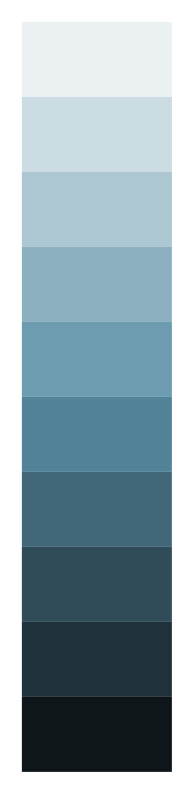
HenrikSamuelsson/reading-sw-architecture-in-practice-4th keeps this draw.io diagram as page "Colors" (2 of 2) of infographics-software-architecture-in-practise-4th-ed.drawio. Above is the earlier version. Source tidied: cells renumbered, new cells numbered last; positions are measured from the earlier drawing's top-left corner, leaving out a move shared by most shapes. Both pictures are drawn from the tidied source at 125%, with x=0, y=0 at pixel (21, 21).
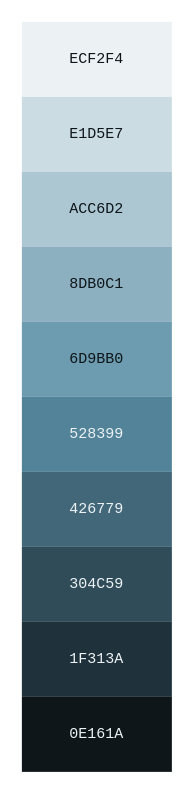
The same diagram, later.

What changed in the source:
```diff
@@
 <mxGraphModel>
   <root>
     <mxCell id="0" />
     <mxCell id="1" parent="0" />
-    <mxCell id="2" style="rounded=0;whiteSpace=wrap;html=1;gradientColor=none;strokeColor=none;fillColor=#ecf2f4;" parent="1" vertex="1">
+    <mxCell id="2" value="ECF2F4" style="rounded=0;whiteSpace=wrap;html=1;gradientColor=none;strokeColor=none;fillColor=#ecf2f4;fontFamily=Consolas;fontColor=#0e161a;" parent="1" vertex="1">
       <mxGeometry width="120" height="60" as="geometry" />
     </mxCell>
-    <mxCell id="3" style="rounded=0;whiteSpace=wrap;html=1;gradientColor=none;strokeColor=none;fillColor=#CCDCE3;" parent="1" vertex="1">
+    <mxCell id="3" value="E1D5E7" style="rounded=0;whiteSpace=wrap;html=1;gradientColor=none;strokeColor=none;fillColor=#CCDCE3;fontFamily=Consolas;fontColor=#0e161a;" parent="1" vertex="1">
       <mxGeometry y="60" width="120" height="60" as="geometry" />
     </mxCell>
-    <mxCell id="4" style="rounded=0;whiteSpace=wrap;html=1;gradientColor=none;strokeColor=none;fillColor=#acc6d2;" parent="1" vertex="1">
+    <mxCell id="4" value="ACC6D2" style="rounded=0;whiteSpace=wrap;html=1;gradientColor=none;strokeColor=none;fillColor=#acc6d2;fontFamily=Consolas;fontColor=#0e161a;" parent="1" vertex="1">
       <mxGeometry y="120" width="120" height="60" as="geometry" />
     </mxCell>
-    <mxCell id="5" style="rounded=0;whiteSpace=wrap;html=1;gradientColor=none;fillColor=#8db0c1;strokeColor=none;" parent="1" vertex="1">
+    <mxCell id="5" value="8DB0C1" style="rounded=0;whiteSpace=wrap;html=1;gradientColor=none;fillColor=#8db0c1;strokeColor=none;fontFamily=Consolas;fontColor=#0e161a;" parent="1" vertex="1">
       <mxGeometry y="180" width="120" height="60" as="geometry" />
     </mxCell>
-    <mxCell id="6" style="rounded=0;whiteSpace=wrap;html=1;gradientColor=none;fillColor=#6d9bb0;strokeColor=none;" parent="1" vertex="1">
+    <mxCell id="6" value="6D9BB0" style="rounded=0;whiteSpace=wrap;html=1;gradientColor=none;fillColor=#6d9bb0;strokeColor=none;fontFamily=Consolas;fontColor=#0e161a;" parent="1" vertex="1">
       <mxGeometry y="240" width="120" height="60" as="geometry" />
     </mxCell>
-    <mxCell id="7" style="rounded=0;whiteSpace=wrap;html=1;gradientColor=none;fillColor=#528399;strokeColor=none;" parent="1" vertex="1">
+    <mxCell id="7" value="528399" style="rounded=0;whiteSpace=wrap;html=1;gradientColor=none;fillColor=#528399;strokeColor=none;fontFamily=Consolas;fontColor=#ecf2f4;" parent="1" vertex="1">
       <mxGeometry y="300" width="120" height="60" as="geometry" />
     </mxCell>
-    <mxCell id="8" style="rounded=0;whiteSpace=wrap;html=1;gradientColor=none;fillColor=#426779;strokeColor=none;" parent="1" vertex="1">
+    <mxCell id="8" value="426779" style="rounded=0;whiteSpace=wrap;html=1;gradientColor=none;fillColor=#426779;strokeColor=none;fontFamily=Consolas;fontColor=#ecf2f4;" parent="1" vertex="1">
       <mxGeometry y="360" width="120" height="60" as="geometry" />
     </mxCell>
-    <mxCell id="9" style="rounded=0;whiteSpace=wrap;html=1;gradientColor=none;fillColor=#304c59;strokeColor=none;" parent="1" vertex="1">
+    <mxCell id="9" value="304C59" style="rounded=0;whiteSpace=wrap;html=1;gradientColor=none;fillColor=#304c59;strokeColor=none;fontFamily=Consolas;fontColor=#ecf2f4;" parent="1" vertex="1">
       <mxGeometry y="420" width="120" height="60" as="geometry" />
     </mxCell>
-    <mxCell id="10" style="rounded=0;whiteSpace=wrap;html=1;gradientColor=none;strokeColor=none;fillColor=#1f313a;" parent="1" vertex="1">
+    <mxCell id="10" value="1F313A" style="rounded=0;whiteSpace=wrap;html=1;gradientColor=none;strokeColor=none;fillColor=#1f313a;fontFamily=Consolas;fontColor=#ecf2f4;" parent="1" vertex="1">
       <mxGeometry y="480" width="120" height="60" as="geometry" />
     </mxCell>
-    <mxCell id="11" style="rounded=0;whiteSpace=wrap;html=1;gradientColor=none;fillColor=#0e161a;strokeColor=none;" parent="1" vertex="1">
+    <mxCell id="11" value="0E161A" style="rounded=0;whiteSpace=wrap;html=1;gradientColor=none;fillColor=#0e161a;strokeColor=none;fontFamily=Consolas;fontColor=#ecf2f4;" parent="1" vertex="1">
       <mxGeometry y="540" width="120" height="60" as="geometry" />
     </mxCell>
   </root>
 </mxGraphModel>
```
